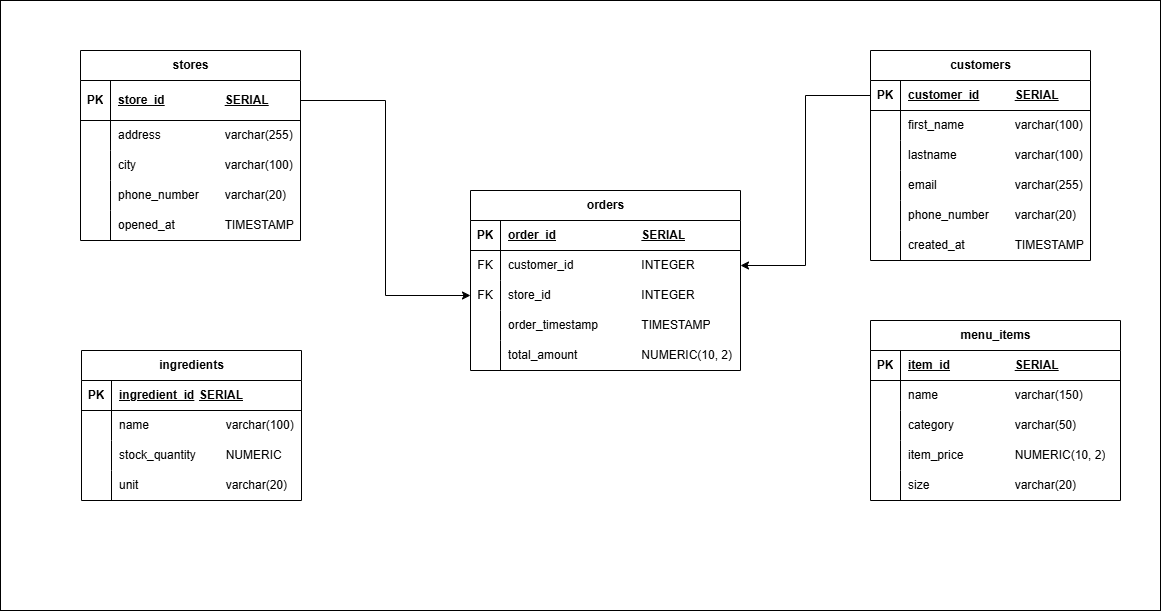
Earlier version of the draw.io export Model Diagram.png (Lekwacious-dev/capstone_rushmore_casestudy). Source tidied: cells renumbered, new cells last; positions are measured from the earlier drawing's top-left corner, leaving out a move shared by most shapes.
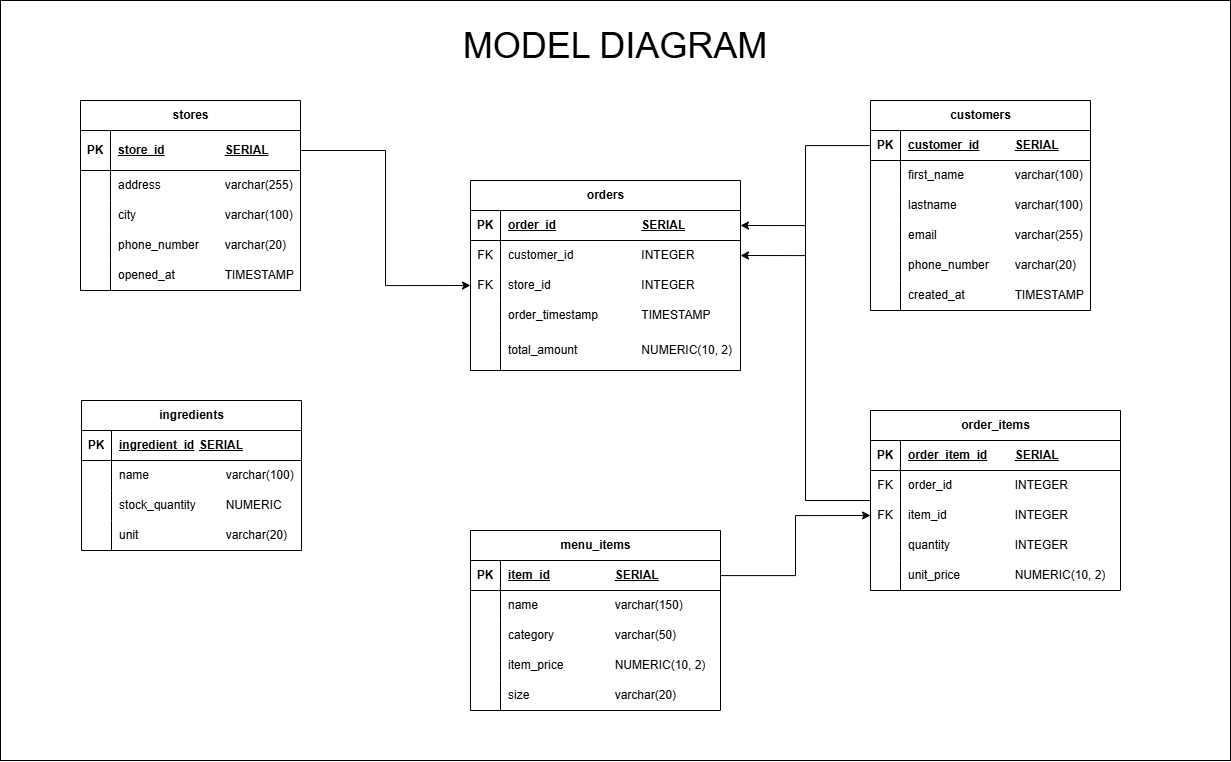
Later version of the same file.

Commit message:
updated pipeline architecture and data model

What changed in the source:
```diff
@@ -3,7 +3,7 @@
     <mxCell id="0" />
     <mxCell id="1" parent="0" />
     <mxCell id="2" style="rounded=0;whiteSpace=wrap;html=1;" parent="1" vertex="1">
-      <mxGeometry width="1160" height="610" as="geometry" />
+      <mxGeometry y="-50" width="1230" height="760" as="geometry" />
     </mxCell>
     <mxCell id="3" value="stores" style="shape=table;startSize=30;rowLines=0;fontStyle=1;align=center;html=1;" parent="1" vertex="1">
       <mxGeometry x="80" y="50" width="220" height="190" as="geometry" />
@@ -150,7 +150,7 @@
       <mxGeometry x="30" width="190" height="30" as="geometry" />
     </mxCell>
     <mxCell id="51" value="menu_items" style="shape=table;startSize=30;rowLines=0;fontStyle=1;align=center;html=1;" parent="1" vertex="1">
-      <mxGeometry x="870" y="320" width="250" height="180" as="geometry" />
+      <mxGeometry x="470" y="480" width="250" height="180" as="geometry" />
     </mxCell>
     <mxCell id="52" style="shape=tableRow;horizontal=0;startSize=0;swimlaneHead=0;swimlaneBody=0;fillColor=none;points=[[0,0.5],[1,0.5]];portConstraint=eastwest;top=0;left=0;right=0;bottom=1;" parent="51" vertex="1">
       <mxGeometry y="30" width="250" height="30" as="geometry" />
@@ -198,7 +198,7 @@
       <mxGeometry x="30" width="220" height="30" as="geometry" />
     </mxCell>
     <mxCell id="67" value="orders" style="shape=table;startSize=30;rowLines=0;fontStyle=1;align=center;html=1;" parent="1" vertex="1">
-      <mxGeometry x="470" y="190" width="270" height="180" as="geometry" />
+      <mxGeometry x="470" y="130" width="270" height="190" as="geometry" />
     </mxCell>
     <mxCell id="68" style="shape=tableRow;horizontal=0;startSize=0;swimlaneHead=0;swimlaneBody=0;fillColor=none;points=[[0,0.5],[1,0.5]];portConstraint=eastwest;top=0;left=0;right=0;bottom=1;" parent="67" vertex="1">
       <mxGeometry y="30" width="270" height="30" as="geometry" />
@@ -237,13 +237,13 @@
       <mxGeometry x="30" width="240" height="30" as="geometry" />
     </mxCell>
     <mxCell id="80" style="shape=tableRow;horizontal=0;startSize=0;swimlaneHead=0;swimlaneBody=0;fillColor=none;top=0;left=0;right=0;bottom=0;" parent="67" vertex="1">
-      <mxGeometry y="150" width="270" height="30" as="geometry" />
+      <mxGeometry y="150" width="270" height="40" as="geometry" />
     </mxCell>
     <mxCell id="81" style="shape=partialRectangle;fillColor=none;top=0;left=0;bottom=0;right=0;overflow=hidden;whiteSpace=wrap;html=1;" parent="80" vertex="1">
-      <mxGeometry width="30" height="30" as="geometry" />
+      <mxGeometry width="30" height="40" as="geometry" />
     </mxCell>
     <mxCell id="82" value="total_amount&lt;span style=&quot;white-space: pre;&quot;&gt;&#9;&lt;/span&gt;&lt;span style=&quot;white-space: pre;&quot;&gt;&#9;&lt;span style=&quot;white-space: pre;&quot;&gt;&#9;&lt;/span&gt;&lt;/span&gt;NUMERIC(10, 2)" style="shape=partialRectangle;fillColor=none;top=0;left=0;bottom=0;right=0;align=left;spacingLeft=6;overflow=hidden;whiteSpace=wrap;html=1;" parent="80" vertex="1">
-      <mxGeometry x="30" width="240" height="30" as="geometry" />
+      <mxGeometry x="30" width="240" height="40" as="geometry" />
     </mxCell>
     <mxCell id="83" style="edgeStyle=orthogonalEdgeStyle;rounded=0;jettySize=auto;html=1;entryX=0;entryY=0.5;entryDx=0;entryDy=0;" parent="1" edge="1" source="4" target="74">
       <mxGeometry relative="1" as="geometry" />
@@ -257,5 +257,62 @@
     <mxCell id="86" style="edgeStyle=orthogonalEdgeStyle;rounded=0;jettySize=auto;html=1;entryX=0;entryY=0.5;entryDx=0;entryDy=0;" parent="1" edge="1" source="39" target="x">
       <mxGeometry relative="1" as="geometry" />
     </mxCell>
+    <mxCell id="87" style="edgeStyle=orthogonalEdgeStyle;rounded=0;jettySize=auto;html=1;exitX=0;exitY=0.5;exitDx=0;exitDy=0;entryX=1;entryY=0.5;entryDx=0;entryDy=0;" parent="1" edge="1" source="88" target="68">
+      <mxGeometry relative="1" as="geometry" />
+    </mxCell>
+    <mxCell id="88" value="order_items" style="shape=table;startSize=30;rowLines=0;fontStyle=1;align=center;html=1;" parent="1" vertex="1">
+      <mxGeometry x="870" y="360" width="250" height="180" as="geometry" />
+    </mxCell>
+    <mxCell id="89" style="shape=tableRow;horizontal=0;startSize=0;swimlaneHead=0;swimlaneBody=0;fillColor=none;top=0;left=0;right=0;bottom=1;" parent="88" vertex="1">
+      <mxGeometry y="30" width="250" height="30" as="geometry" />
+    </mxCell>
+    <mxCell id="90" value="PK" style="shape=partialRectangle;fillColor=none;top=0;left=0;bottom=0;right=0;fontStyle=1;overflow=hidden;whiteSpace=wrap;html=1;" parent="89" vertex="1">
+      <mxGeometry width="30" height="30" as="geometry" />
+    </mxCell>
+    <mxCell id="91" value="order_item_id&lt;span style=&quot;white-space: pre;&quot;&gt;&#9;&lt;/span&gt;SERIAL" style="shape=partialRectangle;fillColor=none;top=0;left=0;bottom=0;right=0;align=left;spacingLeft=6;fontStyle=5;overflow=hidden;whiteSpace=wrap;html=1;" parent="89" vertex="1">
+      <mxGeometry x="30" width="220" height="30" as="geometry" />
+    </mxCell>
+    <mxCell id="92" style="shape=tableRow;horizontal=0;startSize=0;swimlaneHead=0;swimlaneBody=0;fillColor=none;top=0;left=0;right=0;bottom=0;" parent="88" vertex="1">
+      <mxGeometry y="60" width="250" height="30" as="geometry" />
+    </mxCell>
+    <mxCell id="93" value="FK" style="shape=partialRectangle;fillColor=none;top=0;left=0;bottom=0;right=0;overflow=hidden;whiteSpace=wrap;html=1;" parent="92" vertex="1">
+      <mxGeometry width="30" height="30" as="geometry" />
+    </mxCell>
+    <mxCell id="94" value="order_id&lt;span style=&quot;white-space: pre;&quot;&gt;&#9;&lt;/span&gt;&lt;span style=&quot;white-space: pre;&quot;&gt;&#9;&lt;span style=&quot;white-space: pre;&quot;&gt;&#9;&lt;/span&gt;&lt;/span&gt;INTEGER" style="shape=partialRectangle;fillColor=none;top=0;left=0;bottom=0;right=0;align=left;spacingLeft=6;overflow=hidden;whiteSpace=wrap;html=1;" parent="92" vertex="1">
+      <mxGeometry x="30" width="220" height="30" as="geometry" />
+    </mxCell>
+    <mxCell id="95" style="shape=tableRow;horizontal=0;startSize=0;swimlaneHead=0;swimlaneBody=0;fillColor=none;points=[[0,0.5],[1,0.5]];portConstraint=eastwest;top=0;left=0;right=0;bottom=0;" parent="88" vertex="1">
+      <mxGeometry y="90" width="250" height="30" as="geometry" />
+    </mxCell>
+    <mxCell id="96" value="FK" style="shape=partialRectangle;fillColor=none;top=0;left=0;bottom=0;right=0;overflow=hidden;whiteSpace=wrap;html=1;" parent="95" vertex="1">
+      <mxGeometry width="30" height="30" as="geometry" />
+    </mxCell>
+    <mxCell id="97" value="item_id&lt;span style=&quot;white-space: pre;&quot;&gt;&#9;&lt;/span&gt;&lt;span style=&quot;white-space: pre;&quot;&gt;&#9;&lt;/span&gt;&lt;span style=&quot;white-space: pre;&quot;&gt;&#9;&lt;/span&gt;INTEGER" style="shape=partialRectangle;fillColor=none;top=0;left=0;bottom=0;right=0;align=left;spacingLeft=6;overflow=hidden;whiteSpace=wrap;html=1;" parent="95" vertex="1">
+      <mxGeometry x="30" width="220" height="30" as="geometry" />
+    </mxCell>
+    <mxCell id="98" style="shape=tableRow;horizontal=0;startSize=0;swimlaneHead=0;swimlaneBody=0;fillColor=none;top=0;left=0;right=0;bottom=0;" parent="88" vertex="1">
+      <mxGeometry y="120" width="250" height="30" as="geometry" />
+    </mxCell>
+    <mxCell id="99" style="shape=partialRectangle;fillColor=none;top=0;left=0;bottom=0;right=0;overflow=hidden;whiteSpace=wrap;html=1;" parent="98" vertex="1">
+      <mxGeometry width="30" height="30" as="geometry" />
+    </mxCell>
+    <mxCell id="100" value="quantity&lt;span style=&quot;white-space: pre;&quot;&gt;&#9;&lt;/span&gt;&lt;span style=&quot;white-space: pre;&quot;&gt;&#9;&lt;span style=&quot;white-space: pre;&quot;&gt;&#9;&lt;/span&gt;INTEGER&lt;/span&gt;" style="shape=partialRectangle;fillColor=none;top=0;left=0;bottom=0;right=0;align=left;spacingLeft=6;overflow=hidden;whiteSpace=wrap;html=1;" parent="98" vertex="1">
+      <mxGeometry x="30" width="220" height="30" as="geometry" />
+    </mxCell>
+    <mxCell id="101" style="shape=tableRow;horizontal=0;startSize=0;swimlaneHead=0;swimlaneBody=0;fillColor=none;top=0;left=0;right=0;bottom=0;" parent="88" vertex="1">
+      <mxGeometry y="150" width="250" height="30" as="geometry" />
+    </mxCell>
+    <mxCell id="102" style="shape=partialRectangle;fillColor=none;top=0;left=0;bottom=0;right=0;overflow=hidden;whiteSpace=wrap;html=1;" parent="101" vertex="1">
+      <mxGeometry width="30" height="30" as="geometry" />
+    </mxCell>
+    <mxCell id="103" value="unit_price&lt;span style=&quot;white-space: pre;&quot;&gt;&#9;&lt;/span&gt;&lt;span style=&quot;white-space: pre;&quot;&gt;&#9;&lt;/span&gt;NUMERIC(10, 2)" style="shape=partialRectangle;fillColor=none;top=0;left=0;bottom=0;right=0;align=left;spacingLeft=6;overflow=hidden;whiteSpace=wrap;html=1;" parent="101" vertex="1">
+      <mxGeometry x="30" width="220" height="30" as="geometry" />
+    </mxCell>
+    <mxCell id="104" style="edgeStyle=orthogonalEdgeStyle;rounded=0;jettySize=auto;html=1;entryX=0;entryY=0.5;entryDx=0;entryDy=0;" parent="1" edge="1" source="52" target="95">
+      <mxGeometry relative="1" as="geometry" />
+    </mxCell>
+    <mxCell id="105" value="MODEL DIAGRAM" style="text;html=1;whiteSpace=wrap;strokeColor=none;fillColor=none;align=center;verticalAlign=middle;rounded=0;fontSize=36;" parent="1" vertex="1">
+      <mxGeometry x="400" y="-20" width="430" height="30" as="geometry" />
+    </mxCell>
   </root>
 </mxGraphModel>
```
